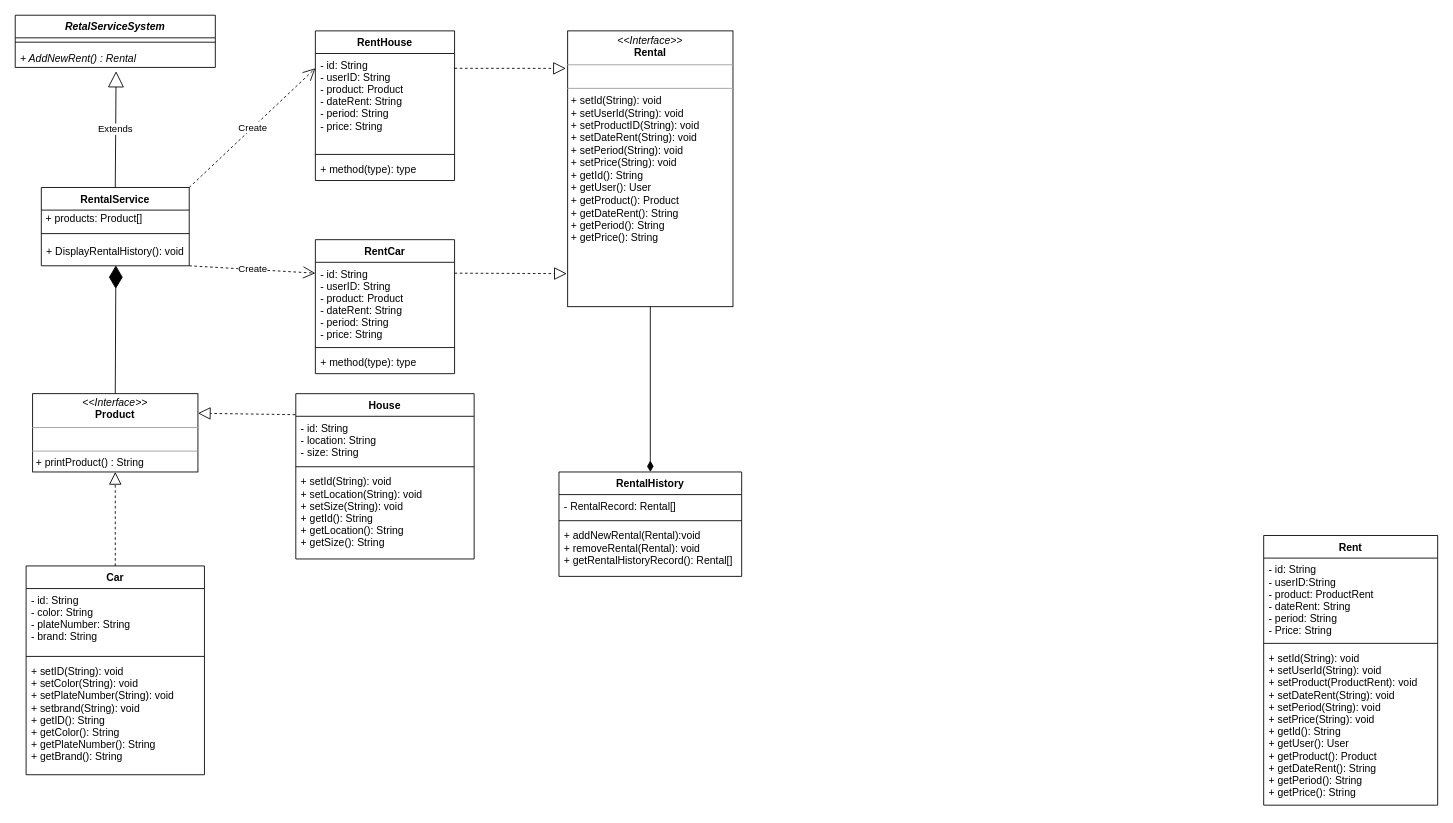
This is Homework_07/OOAD_Homework_07.drawio from vichhika/OOAD_Y3, a draw.io file, before an edit. Source tidied: cells renumbered, new cells numbered last; positions are measured from the earlier drawing's top-left corner, leaving out a move shared by most shapes. Both pictures are drawn from the tidied source at 87%, with x=0, y=0 at pixel (15, 15).
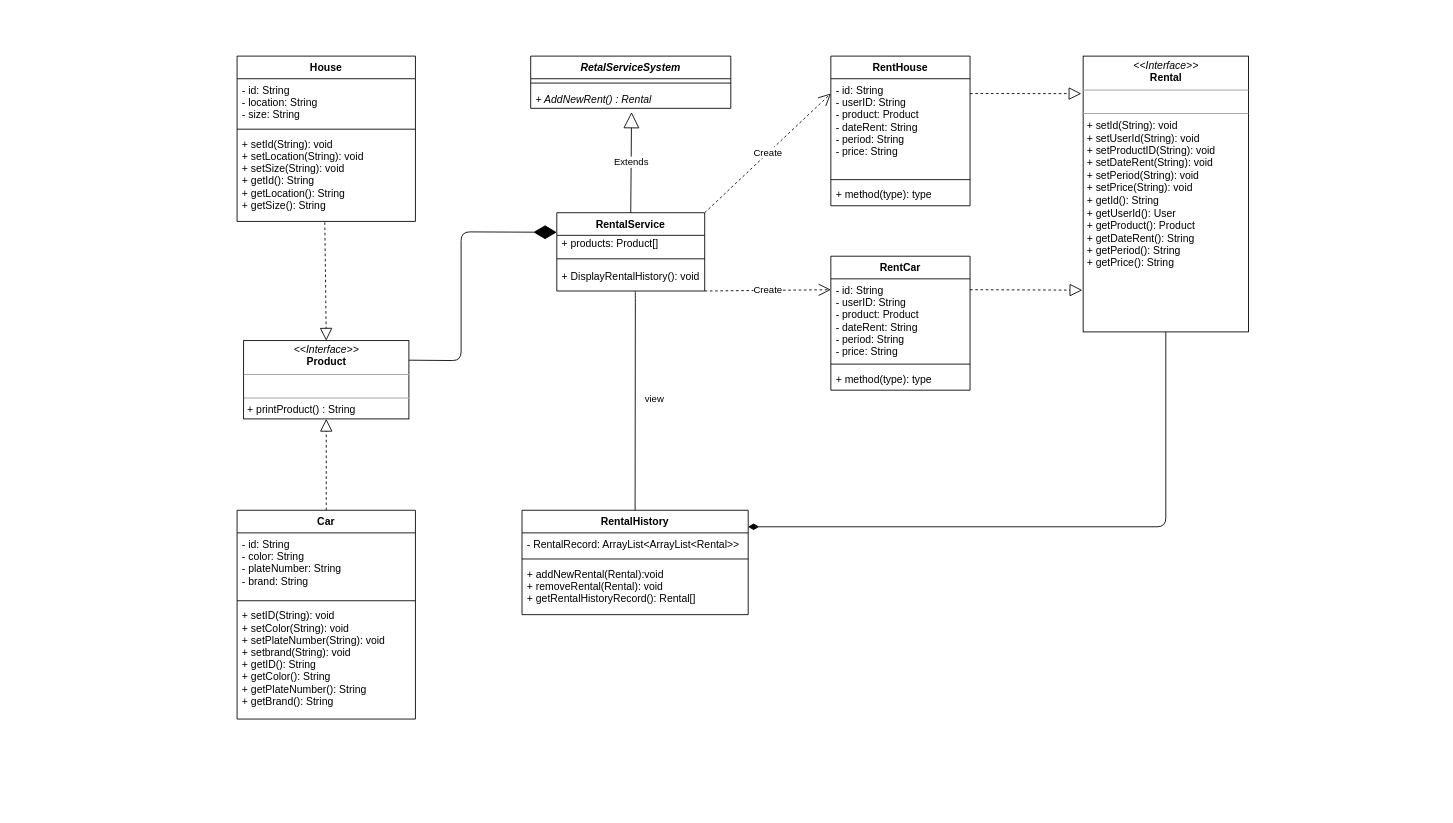
After the change.

Commit message:
Finish Diagram beta 1.1

Unchanged cells that the change refers to:
```xml
<mxCell id="8" value="+ setId(String): void&#10;+ setLocation(String): void&#10;+ setSize(String): void&#10;+ getId(): String&#10;+ getLocation(): String&#10;+ getSize(): String" style="text;strokeColor=none;fillColor=none;align=left;verticalAlign=top;spacingLeft=4;spacingRight=4;overflow=hidden;points=[[0,0.5],[1,0.5]];portConstraint=eastwest;" parent="5" vertex="1">
  <mxGeometry y="88" width="205" height="102" as="geometry" />
</mxCell>
<mxCell id="23" value="+ DisplayRentalHistory(): void" style="text;strokeColor=none;fillColor=none;align=left;verticalAlign=top;spacingLeft=4;spacingRight=4;overflow=hidden;points=[[0,0.5],[1,0.5]];portConstraint=eastwest;" parent="20" vertex="1">
  <mxGeometry y="60" width="170" height="30" as="geometry" />
</mxCell>
```

The edit, as a diff of the source:
```diff
@@
     <mxCell id="2" value="RetalServiceSystem" style="swimlane;fontStyle=3;align=center;verticalAlign=top;horizontal=1;startSize=26;" parent="1" vertex="1">
-      <mxGeometry width="230" height="60" as="geometry" />
+      <mxGeometry x="592.5" y="47" width="230" height="60" as="geometry" />
     </mxCell>
@@
     <mxCell id="5" value="House" style="swimlane;fontStyle=1;align=center;verticalAlign=top;horizontal=1;startSize=26;" parent="1" vertex="1">
-      <mxGeometry x="322.5" y="435" width="205" height="190" as="geometry" />
+      <mxGeometry x="255" y="47" width="205" height="190" as="geometry" />
     </mxCell>
@@
     <mxCell id="9" value="Car" style="swimlane;fontStyle=1;align=center;verticalAlign=top;horizontal=1;startSize=26;" parent="1" vertex="1">
-      <mxGeometry x="12.5" y="633" width="205" height="240" as="geometry" />
+      <mxGeometry x="255" y="569" width="205" height="240" as="geometry" />
     </mxCell>
@@
     <mxCell id="13" value="&lt;p style=&quot;margin: 0px ; margin-top: 4px ; text-align: center&quot;&gt;&lt;i&gt;&amp;lt;&amp;lt;Interface&amp;gt;&amp;gt;&lt;/i&gt;&lt;br&gt;&lt;b&gt;Product&lt;/b&gt;&lt;/p&gt;&lt;hr size=&quot;1&quot;&gt;&lt;p style=&quot;margin: 0px ; margin-left: 4px&quot;&gt;&lt;br&gt;&lt;/p&gt;&lt;hr size=&quot;1&quot;&gt;&lt;p style=&quot;margin: 0px ; margin-left: 4px&quot;&gt;+ printProduct() : String&lt;/p&gt;" style="verticalAlign=top;align=left;overflow=fill;fontSize=12;fontFamily=Helvetica;html=1;" parent="1" vertex="1">
-      <mxGeometry x="20" y="435" width="190" height="90" as="geometry" />
+      <mxGeometry x="262.5" y="374" width="190" height="90" as="geometry" />
     </mxCell>
-    <mxCell id="14" value="Rent" style="swimlane;fontStyle=1;align=center;verticalAlign=top;horizontal=1;startSize=26;" parent="1" vertex="1">
-      <mxGeometry x="1435" y="598" width="200" height="310" as="geometry" />
-    </mxCell>
-    <mxCell id="15" value="- id: String&#10;- userID:String&#10;- product: ProductRent&#10;- dateRent: String&#10;- period: String&#10;- Price: String" style="text;strokeColor=none;fillColor=none;align=left;verticalAlign=top;spacingLeft=4;spacingRight=4;overflow=hidden;" parent="14" vertex="1">
-      <mxGeometry y="26" width="200" height="94" as="geometry" />
-    </mxCell>
-    <mxCell id="16" style="line;strokeWidth=1;fillColor=none;align=left;verticalAlign=middle;spacingTop=-1;spacingLeft=3;spacingRight=3;labelPosition=right;" parent="14" vertex="1">
-      <mxGeometry y="120" width="200" height="8" as="geometry" />
-    </mxCell>
-    <mxCell id="17" value="+ setId(String): void&#10;+ setUserId(String): void&#10;+ setProduct(ProductRent): void&#10;+ setDateRent(String): void&#10;+ setPeriod(String): void&#10;+ setPrice(String): void&#10;+ getId(): String&#10;+ getUser(): User&#10;+ getProduct(): Product&#10;+ getDateRent(): String&#10;+ getPeriod(): String&#10;+ getPrice(): String" style="text;strokeColor=none;fillColor=none;align=left;verticalAlign=top;spacingLeft=4;spacingRight=4;overflow=hidden;" parent="14" vertex="1">
-      <mxGeometry y="128" width="200" height="182" as="geometry" />
-    </mxCell>
-    <mxCell id="18" style="endArrow=block;dashed=1;endFill=0;endSize=12;html=1;entryX=1;entryY=0.25;entryDx=0;entryDy=0;exitX=-0.003;exitY=0.127;exitDx=0;exitDy=0;exitPerimeter=0;" parent="1" edge="1" source="5" target="13">
+    <mxCell id="18" style="endArrow=block;dashed=1;endFill=0;endSize=12;html=1;entryX=0.5;entryY=0;entryDx=0;entryDy=0;exitX=0.492;exitY=1.01;exitDx=0;exitDy=0;exitPerimeter=0;" parent="1" edge="1" source="8" target="13">
       <mxGeometry relative="1" as="geometry" />
     </mxCell>
@@
     <mxCell id="20" value="RentalService" style="swimlane;fontStyle=1;align=center;verticalAlign=top;horizontal=1;startSize=26;" parent="1" vertex="1">
-      <mxGeometry x="30" y="198" width="170" height="90" as="geometry" />
+      <mxGeometry x="622.5" y="227" width="170" height="90" as="geometry" />
     </mxCell>
@@
     <mxCell id="25" value="RentHouse" style="swimlane;fontStyle=1;align=center;verticalAlign=top;horizontal=1;startSize=26;" parent="1" vertex="1">
-      <mxGeometry x="345" y="18" width="160" height="172" as="geometry" />
+      <mxGeometry x="937.5" y="47" width="160" height="172" as="geometry" />
     </mxCell>
@@
     <mxCell id="29" value="RentCar" style="swimlane;fontStyle=1;align=center;verticalAlign=top;horizontal=1;startSize=26;" parent="1" vertex="1">
-      <mxGeometry x="345" y="258" width="160" height="154" as="geometry" />
+      <mxGeometry x="937.5" y="277" width="160" height="154" as="geometry" />
     </mxCell>
@@
-    <mxCell id="35" value="&lt;p style=&quot;margin: 0px ; margin-top: 4px ; text-align: center&quot;&gt;&lt;i&gt;&amp;lt;&amp;lt;Interface&amp;gt;&amp;gt;&lt;/i&gt;&lt;br&gt;&lt;b&gt;Rental&lt;/b&gt;&lt;/p&gt;&lt;hr size=&quot;1&quot;&gt;&lt;p style=&quot;margin: 0px ; margin-left: 4px&quot;&gt;&lt;br&gt;&lt;/p&gt;&lt;hr size=&quot;1&quot;&gt;&lt;p style=&quot;margin: 0px ; margin-left: 4px&quot;&gt;+ setId(String): void&lt;br style=&quot;padding: 0px ; margin: 0px&quot;&gt;+ setUserId(String): void&lt;br style=&quot;padding: 0px ; margin: 0px&quot;&gt;+ setProductID(String): void&lt;br style=&quot;padding: 0px ; margin: 0px&quot;&gt;+ setDateRent(String): void&lt;br style=&quot;padding: 0px ; margin: 0px&quot;&gt;+ setPeriod(String): void&lt;br style=&quot;padding: 0px ; margin: 0px&quot;&gt;+ setPrice(String): void&lt;br style=&quot;padding: 0px ; margin: 0px&quot;&gt;+ getId(): String&lt;br style=&quot;padding: 0px ; margin: 0px&quot;&gt;+ getUser(): User&lt;br style=&quot;padding: 0px ; margin: 0px&quot;&gt;+ getProduct(): Product&lt;br style=&quot;padding: 0px ; margin: 0px&quot;&gt;+ getDateRent(): String&lt;br style=&quot;padding: 0px ; margin: 0px&quot;&gt;+ getPeriod(): String&lt;br style=&quot;padding: 0px ; margin: 0px&quot;&gt;+ getPrice(): String&lt;br&gt;&lt;/p&gt;" style="verticalAlign=top;align=left;overflow=fill;fontSize=12;fontFamily=Helvetica;html=1;" parent="1" vertex="1">
-      <mxGeometry x="635" y="18" width="190" height="317" as="geometry" />
+    <mxCell id="35" value="&lt;p style=&quot;margin: 0px ; margin-top: 4px ; text-align: center&quot;&gt;&lt;i&gt;&amp;lt;&amp;lt;Interface&amp;gt;&amp;gt;&lt;/i&gt;&lt;br&gt;&lt;b&gt;Rental&lt;/b&gt;&lt;/p&gt;&lt;hr size=&quot;1&quot;&gt;&lt;p style=&quot;margin: 0px ; margin-left: 4px&quot;&gt;&lt;br&gt;&lt;/p&gt;&lt;hr size=&quot;1&quot;&gt;&lt;p style=&quot;margin: 0px ; margin-left: 4px&quot;&gt;+ setId(String): void&lt;br style=&quot;padding: 0px ; margin: 0px&quot;&gt;+ setUserId(String): void&lt;br style=&quot;padding: 0px ; margin: 0px&quot;&gt;+ setProductID(String): void&lt;br style=&quot;padding: 0px ; margin: 0px&quot;&gt;+ setDateRent(String): void&lt;br style=&quot;padding: 0px ; margin: 0px&quot;&gt;+ setPeriod(String): void&lt;br style=&quot;padding: 0px ; margin: 0px&quot;&gt;+ setPrice(String): void&lt;br style=&quot;padding: 0px ; margin: 0px&quot;&gt;+ getId(): String&lt;br style=&quot;padding: 0px ; margin: 0px&quot;&gt;+ getUserId(): User&lt;br style=&quot;padding: 0px ; margin: 0px&quot;&gt;+ getProduct(): Product&lt;br style=&quot;padding: 0px ; margin: 0px&quot;&gt;+ getDateRent(): String&lt;br style=&quot;padding: 0px ; margin: 0px&quot;&gt;+ getPeriod(): String&lt;br style=&quot;padding: 0px ; margin: 0px&quot;&gt;+ getPrice(): String&lt;br&gt;&lt;/p&gt;" style="verticalAlign=top;align=left;overflow=fill;fontSize=12;fontFamily=Helvetica;html=1;" parent="1" vertex="1">
+      <mxGeometry x="1227.5" y="47" width="190" height="317" as="geometry" />
     </mxCell>
@@
     <mxCell id="37" style="endArrow=block;dashed=1;endFill=0;endSize=12;html=1;exitX=1;exitY=0.25;exitDx=0;exitDy=0;" parent="1" edge="1" source="29">
       <mxGeometry relative="1" as="geometry">
-        <mxPoint x="634" y="297" as="targetPoint" />
+        <mxPoint x="1226.5" y="316" as="targetPoint" />
       </mxGeometry>
     </mxCell>
     <mxCell id="38" value="RentalHistory" style="swimlane;fontStyle=1;align=center;verticalAlign=top;horizontal=1;startSize=26;" parent="1" vertex="1">
-      <mxGeometry x="625" y="525" width="210" height="120" as="geometry" />
+      <mxGeometry x="582.5" y="569" width="260" height="120" as="geometry" />
     </mxCell>
-    <mxCell id="39" value="- RentalRecord: Rental[]" style="text;strokeColor=none;fillColor=none;align=left;verticalAlign=top;spacingLeft=4;spacingRight=4;overflow=hidden;" parent="38" vertex="1">
-      <mxGeometry y="26" width="210" height="26" as="geometry" />
+    <mxCell id="39" value="- RentalRecord: ArrayList&lt;ArrayList&lt;Rental&gt;&gt;" style="text;strokeColor=none;fillColor=none;align=left;verticalAlign=top;spacingLeft=4;spacingRight=4;overflow=hidden;" parent="38" vertex="1">
+      <mxGeometry y="26" width="260" height="26" as="geometry" />
     </mxCell>
     <mxCell id="40" style="line;strokeWidth=1;fillColor=none;align=left;verticalAlign=middle;spacingTop=-1;spacingLeft=3;spacingRight=3;labelPosition=right;" parent="38" vertex="1">
-      <mxGeometry y="52" width="210" height="8" as="geometry" />
+      <mxGeometry y="52" width="260" height="8" as="geometry" />
     </mxCell>
     <mxCell id="41" value="+ addNewRental(Rental):void&#10;+ removeRental(Rental): void&#10;+ getRentalHistoryRecord(): Rental[]" style="text;strokeColor=none;fillColor=none;align=left;verticalAlign=top;spacingLeft=4;spacingRight=4;overflow=hidden;" parent="38" vertex="1">
-      <mxGeometry y="60" width="210" height="60" as="geometry" />
+      <mxGeometry y="60" width="260" height="60" as="geometry" />
     </mxCell>
-    <mxCell id="42" style="html=1;endArrow=diamondThin;endFill=1;edgeStyle=elbowEdgeStyle;elbow=vertical;endSize=10;entryX=0.5;entryY=0;entryDx=0;entryDy=0;exitX=0.5;exitY=1;exitDx=0;exitDy=0;" parent="1" edge="1" source="35" target="38">
+    <mxCell id="42" style="html=1;endArrow=diamondThin;endFill=1;edgeStyle=elbowEdgeStyle;elbow=vertical;endSize=10;exitX=0.5;exitY=1;exitDx=0;exitDy=0;entryX=0.999;entryY=0.16;entryDx=0;entryDy=0;entryPerimeter=0;" parent="1" edge="1" source="35" target="38">
       <mxGeometry relative="1" as="geometry">
         <Array as="points">
-          <mxPoint x="635" y="518" />
+          <mxPoint x="1092.5" y="588" />
         </Array>
       </mxGeometry>
     </mxCell>
-    <mxCell id="43" style="endArrow=diamondThin;endFill=1;endSize=24;html=1;entryX=0.504;entryY=0.987;entryDx=0;entryDy=0;entryPerimeter=0;exitX=0.5;exitY=0;exitDx=0;exitDy=0;" parent="1" edge="1" source="13" target="23">
-      <mxGeometry relative="1" as="geometry" />
+    <mxCell id="43" style="endArrow=diamondThin;endFill=1;endSize=24;html=1;entryX=0;entryY=0.25;entryDx=0;entryDy=0;exitX=1;exitY=0.25;exitDx=0;exitDy=0;" parent="1" edge="1" source="13" target="20">
+      <mxGeometry relative="1" as="geometry">
+        <Array as="points">
+          <mxPoint x="512.5" y="397" />
+          <mxPoint x="512.5" y="249" />
+        </Array>
+      </mxGeometry>
     </mxCell>
+    <mxCell id="44" style="endArrow=none;html=1;edgeStyle=orthogonalEdgeStyle;entryX=0.5;entryY=0;entryDx=0;entryDy=0;exitX=0.531;exitY=1.011;exitDx=0;exitDy=0;exitPerimeter=0;" parent="1" edge="1" source="23" target="38">
+      <mxGeometry relative="1" as="geometry">
+        <Array as="points">
+          <mxPoint x="712.5" y="320" />
+          <mxPoint x="712.5" y="320" />
+        </Array>
+      </mxGeometry>
+    </mxCell>
+    <mxCell id="45" value="view" style="edgeLabel;html=1;align=left;verticalAlign=bottom;" parent="44" vertex="1">
+      <mxGeometry x="-1" relative="1" as="geometry">
+        <mxPoint x="9.7" y="131.7" as="offset" />
+      </mxGeometry>
+    </mxCell>
```
